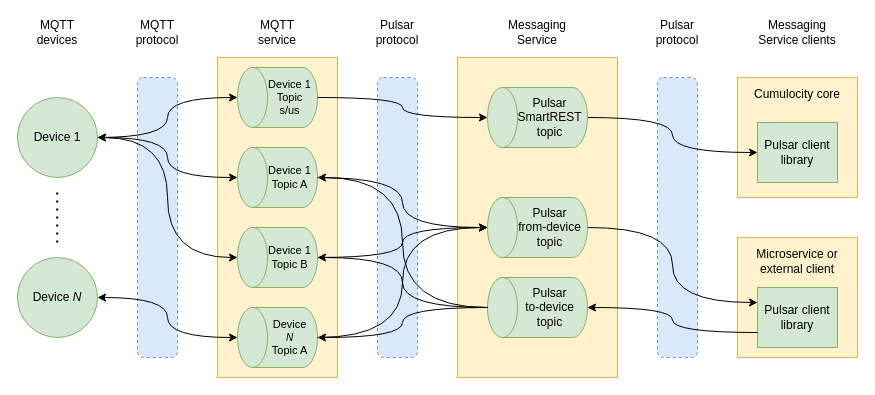
Before: static/images/mqtt-service/mqtt-service-architecture.drawio in Cumulocity-IoT/c8y-docs, a draw.io diagram. Source tidied: cells renumbered, new cells numbered last; positions are measured from the earlier drawing's top-left corner, leaving out a move shared by most shapes. Both pictures are drawn from the tidied source at 100%, with x=0, y=0 at pixel (17, 17).
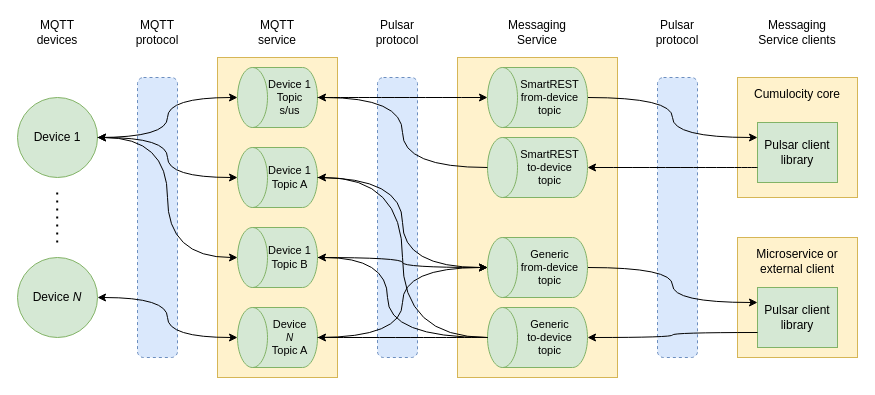
After the change.

The change refers to these unchanged cells:
```xml
<mxCell id="12" value="Device 1&lt;br&gt;Topic B" style="shape=cylinder3;whiteSpace=wrap;html=1;boundedLbl=1;backgroundOutline=1;size=15;direction=north;fillColor=#d5e8d4;strokeColor=#82b366;fontSize=11;" parent="1" vertex="1">
  <mxGeometry x="220" y="210" width="80" height="60" as="geometry" />
</mxCell>
<mxCell id="36" value="Pulsar client library" style="rounded=0;whiteSpace=wrap;html=1;fillColor=#d5e8d4;strokeColor=#82b366;" parent="1" vertex="1">
  <mxGeometry x="740" y="105" width="80" height="60" as="geometry" />
</mxCell>
<mxCell id="39" value="Device 1&lt;br&gt;Topic s/us" style="shape=cylinder3;whiteSpace=wrap;html=1;boundedLbl=1;backgroundOutline=1;size=15;direction=north;fillColor=#d5e8d4;strokeColor=#82b366;fontSize=11;" parent="1" vertex="1">
  <mxGeometry x="220" y="50" width="80" height="60" as="geometry" />
</mxCell>
```

What changed in the source:
```diff
@@
-    <mxCell id="14" value="Pulsar&lt;br&gt;to-device topic" style="shape=cylinder3;whiteSpace=wrap;html=1;boundedLbl=1;backgroundOutline=1;size=15;direction=north;fillColor=#d5e8d4;strokeColor=#82b366;" parent="1" vertex="1">
-      <mxGeometry x="470" y="260" width="100" height="60" as="geometry" />
+    <mxCell id="14" value="Generic&lt;br&gt;to-device topic" style="shape=cylinder3;whiteSpace=wrap;html=1;boundedLbl=1;backgroundOutline=1;size=15;direction=north;fillColor=#d5e8d4;strokeColor=#82b366;fontSize=11;" parent="1" vertex="1">
+      <mxGeometry x="470" y="290" width="100" height="60" as="geometry" />
     </mxCell>
@@
-    <mxCell id="16" value="Pulsar from-device&lt;br&gt;topic" style="shape=cylinder3;whiteSpace=wrap;html=1;boundedLbl=1;backgroundOutline=1;size=15;direction=north;fillColor=#d5e8d4;strokeColor=#82b366;fontSize=12;" parent="1" vertex="1">
-      <mxGeometry x="470" y="180" width="100" height="60" as="geometry" />
+    <mxCell id="16" value="Generic&lt;br&gt;from-device&lt;br&gt;topic" style="shape=cylinder3;whiteSpace=wrap;html=1;boundedLbl=1;backgroundOutline=1;size=15;direction=north;fillColor=#d5e8d4;strokeColor=#82b366;fontSize=11;" parent="1" vertex="1">
+      <mxGeometry x="470" y="220" width="100" height="60" as="geometry" />
     </mxCell>
@@
     <mxCell id="19" style="edgeStyle=orthogonalEdgeStyle;rounded=0;jettySize=auto;html=1;exitX=0.5;exitY=0;exitDx=0;exitDy=0;exitPerimeter=0;entryX=0.5;entryY=1;entryDx=0;entryDy=0;entryPerimeter=0;curved=1;" parent="1" edge="1" source="14" target="12">
-      <mxGeometry relative="1" as="geometry" />
+      <mxGeometry relative="1" as="geometry">
+        <Array as="points">
+          <mxPoint x="370" y="320" />
+          <mxPoint x="370" y="240" />
+        </Array>
+      </mxGeometry>
     </mxCell>
@@
-    <mxCell id="37" style="edgeStyle=orthogonalEdgeStyle;rounded=0;jettySize=auto;html=1;entryX=0;entryY=0.5;entryDx=0;entryDy=0;curved=1;" parent="1" edge="1" source="38" target="36">
+    <mxCell id="37" style="edgeStyle=orthogonalEdgeStyle;rounded=0;jettySize=auto;html=1;curved=1;exitX=0.5;exitY=1;exitDx=0;exitDy=0;exitPerimeter=0;entryX=0;entryY=0.25;entryDx=0;entryDy=0;" parent="1" edge="1" source="38" target="36">
       <mxGeometry relative="1" as="geometry" />
     </mxCell>
-    <mxCell id="38" value="Pulsar SmartREST&lt;br&gt;topic" style="shape=cylinder3;whiteSpace=wrap;html=1;boundedLbl=1;backgroundOutline=1;size=15;direction=north;fillColor=#d5e8d4;strokeColor=#82b366;fontSize=12;" parent="1" vertex="1">
-      <mxGeometry x="470" y="70" width="100" height="60" as="geometry" />
+    <mxCell id="38" value="SmartREST&lt;br&gt;from-device&lt;br&gt;topic" style="shape=cylinder3;whiteSpace=wrap;html=1;boundedLbl=1;backgroundOutline=1;size=15;direction=north;fillColor=#d5e8d4;strokeColor=#82b366;fontSize=11;" parent="1" vertex="1">
+      <mxGeometry x="470" y="50" width="100" height="60" as="geometry" />
     </mxCell>
@@
+    <mxCell id="42" value="SmartREST&lt;br&gt;to-device&lt;br&gt;topic" style="shape=cylinder3;whiteSpace=wrap;html=1;boundedLbl=1;backgroundOutline=1;size=15;direction=north;fillColor=#d5e8d4;strokeColor=#82b366;fontSize=11;" parent="1" vertex="1">
+      <mxGeometry x="470" y="120" width="100" height="60" as="geometry" />
+    </mxCell>
+    <mxCell id="43" style="edgeStyle=orthogonalEdgeStyle;rounded=0;jettySize=auto;html=1;exitX=0.5;exitY=0;exitDx=0;exitDy=0;exitPerimeter=0;entryX=0.5;entryY=1;entryDx=0;entryDy=0;entryPerimeter=0;curved=1;" parent="1" edge="1" source="42" target="39">
+      <mxGeometry relative="1" as="geometry" />
+    </mxCell>
+    <mxCell id="44" style="edgeStyle=orthogonalEdgeStyle;rounded=0;jettySize=auto;html=1;exitX=0;exitY=0.75;exitDx=0;exitDy=0;entryX=0.5;entryY=1;entryDx=0;entryDy=0;entryPerimeter=0;curved=1;" parent="1" edge="1" source="36" target="42">
+      <mxGeometry relative="1" as="geometry" />
+    </mxCell>
```
